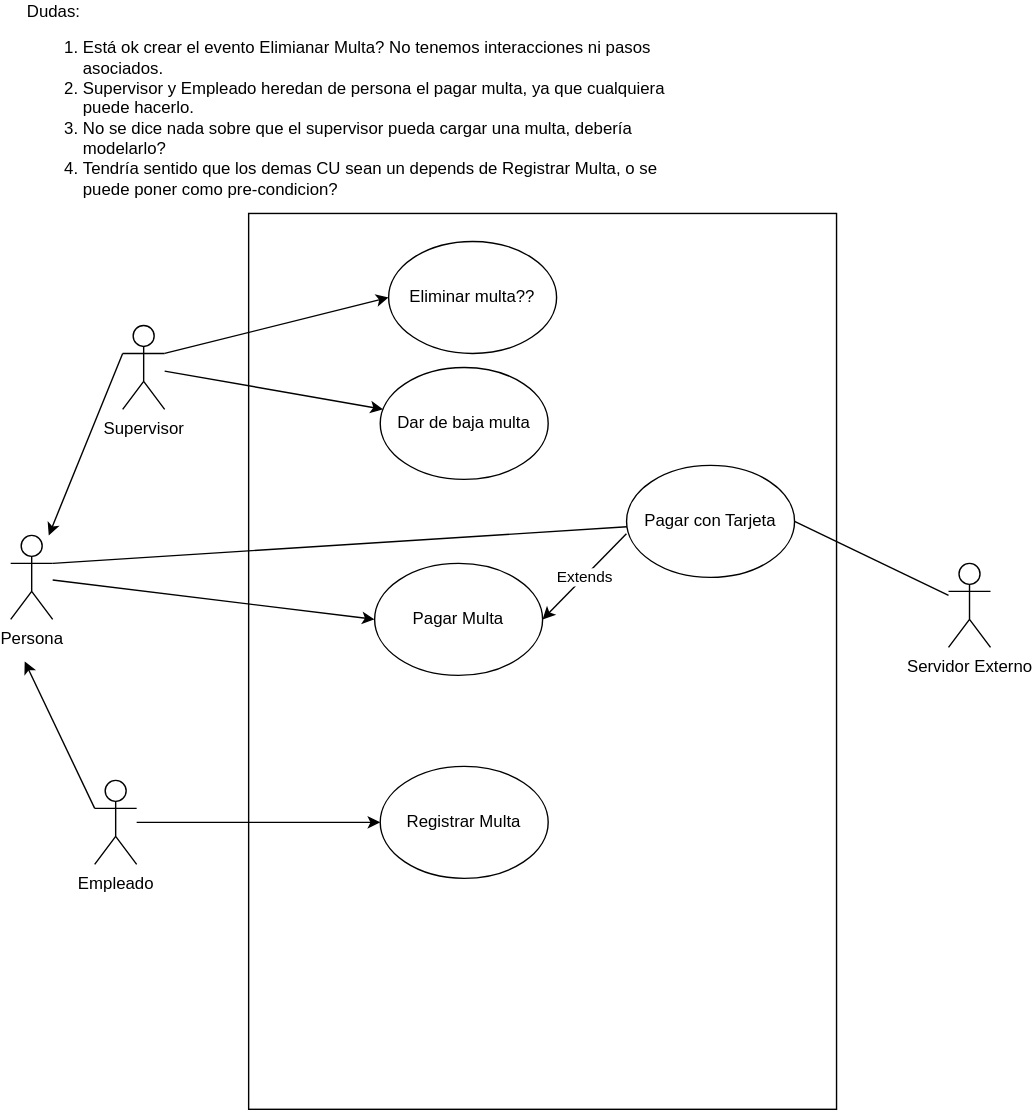
Before: SegundaFecha.drawio.svg, a diagram exported from draw.io (juansirai/ING1). Source tidied: cells renumbered, new cells last; positions are measured from the earlier drawing's top-left corner, leaving out a move shared by most shapes.
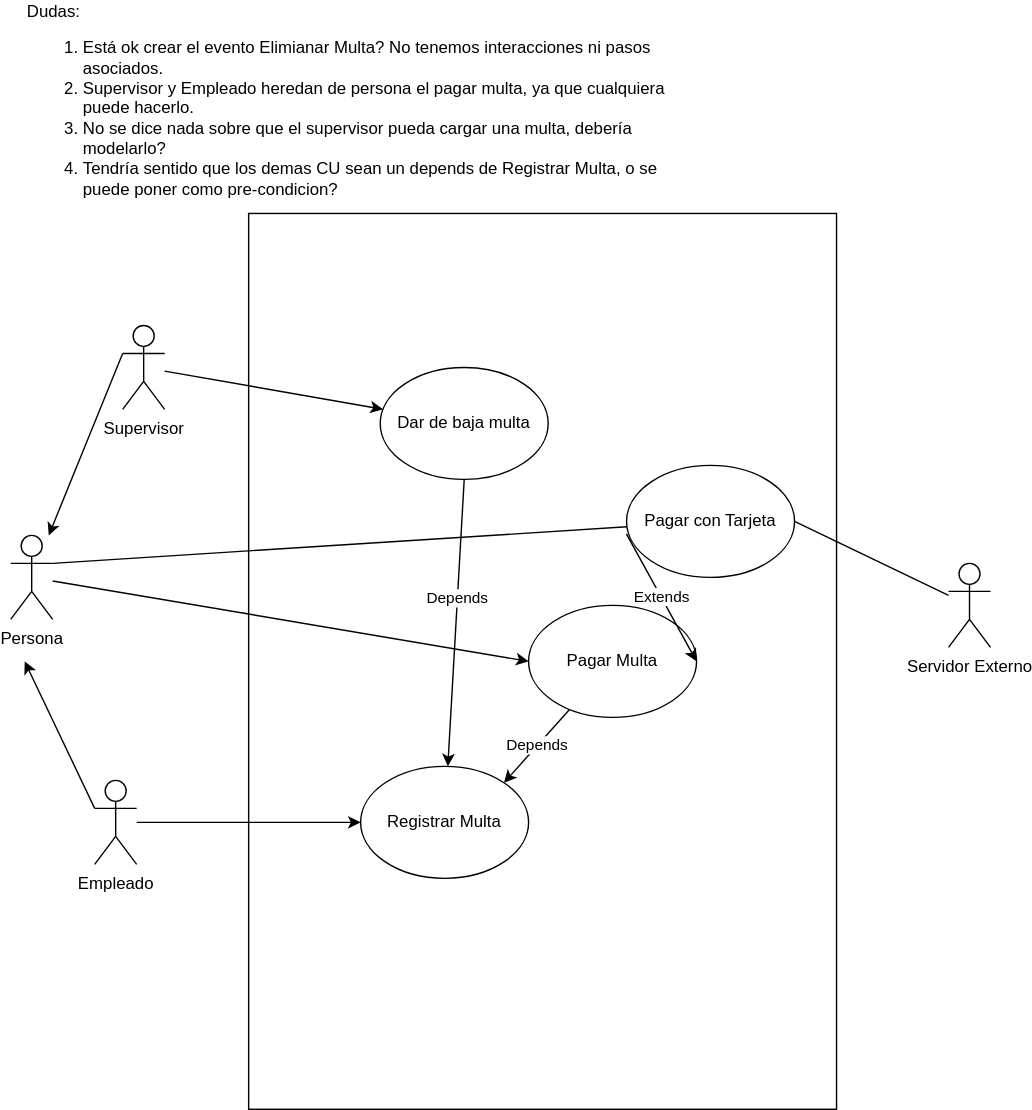
After the change.

The edit, as a diff of the source:
```diff
@@ -9,7 +9,7 @@
       <mxGeometry x="60" y="515" width="30" height="60" as="geometry" />
     </mxCell>
     <mxCell id="4" value="Registrar Multa" style="ellipse;whiteSpace=wrap;html=1;" parent="1" vertex="1">
-      <mxGeometry x="264" y="505" width="120" height="80" as="geometry" />
+      <mxGeometry x="250" y="505" width="120" height="80" as="geometry" />
     </mxCell>
     <mxCell id="5" value="Dar de baja multa" style="ellipse;whiteSpace=wrap;html=1;" parent="1" vertex="1">
       <mxGeometry x="264" y="220" width="120" height="80" as="geometry" />
@@ -35,7 +35,7 @@
       <mxGeometry relative="1" as="geometry" />
     </mxCell>
     <mxCell id="12" value="Pagar Multa" style="ellipse;whiteSpace=wrap;html=1;" parent="1" vertex="1">
-      <mxGeometry x="260" y="360" width="120" height="80" as="geometry" />
+      <mxGeometry x="370" y="390" width="120" height="80" as="geometry" />
     </mxCell>
     <mxCell id="13" style="endArrow=classic;html=1;rounded=0;entryX=0;entryY=0.5;entryDx=0;entryDy=0;" parent="1" edge="1" source="7" target="12">
       <mxGeometry relative="1" as="geometry" />
@@ -55,14 +55,17 @@
     <mxCell id="18" style="endArrow=none;html=1;rounded=0;exitX=1;exitY=0.3333333333333333;exitDx=0;exitDy=0;exitPerimeter=0;" parent="1" edge="1" source="7" target="14">
       <mxGeometry relative="1" as="geometry" />
     </mxCell>
-    <mxCell id="19" value="Eliminar multa??" style="ellipse;whiteSpace=wrap;html=1;" parent="1" vertex="1">
-      <mxGeometry x="270" y="130" width="120" height="80" as="geometry" />
-    </mxCell>
-    <mxCell id="20" style="endArrow=classic;html=1;rounded=0;exitX=1;exitY=0.3333333333333333;exitDx=0;exitDy=0;exitPerimeter=0;entryX=0;entryY=0.5;entryDx=0;entryDy=0;" parent="1" edge="1" source="6" target="19">
-      <mxGeometry relative="1" as="geometry" />
-    </mxCell>
     <mxCell id="21" value="Dudas:&lt;br&gt;&lt;ol&gt;&lt;li&gt;Está ok crear el evento Elimianar Multa? No tenemos interacciones ni pasos asociados.&lt;/li&gt;&lt;li&gt;Supervisor y Empleado heredan de persona el pagar multa, ya que cualquiera puede hacerlo.&lt;/li&gt;&lt;li&gt;No se dice nada sobre que el supervisor pueda cargar una multa, debería modelarlo?&lt;/li&gt;&lt;li&gt;Tendría sentido que los demas CU sean un depends de Registrar Multa, o se puede poner como pre-condicion?&lt;/li&gt;&lt;/ol&gt;" style="text;html=1;align=left;verticalAlign=middle;whiteSpace=wrap;rounded=0;" parent="1" vertex="1">
       <mxGeometry x="10" width="470" height="70" as="geometry" />
     </mxCell>
+    <mxCell id="22" value="Depends" style="endArrow=classic;html=1;rounded=0;entryX=1;entryY=0;entryDx=0;entryDy=0;" parent="1" edge="1" source="12" target="4">
+      <mxGeometry relative="1" as="geometry" />
+    </mxCell>
+    <mxCell id="23" style="endArrow=classic;html=1;rounded=0;exitX=0.5;exitY=1;exitDx=0;exitDy=0;" parent="1" edge="1" source="5" target="4">
+      <mxGeometry relative="1" as="geometry" />
+    </mxCell>
+    <mxCell id="24" value="Depends" style="edgeLabel;html=1;align=center;verticalAlign=middle;" parent="23" vertex="1">
+      <mxGeometry x="-0.17" y="-1" relative="1" as="geometry" />
+    </mxCell>
   </root>
 </mxGraphModel>
```
